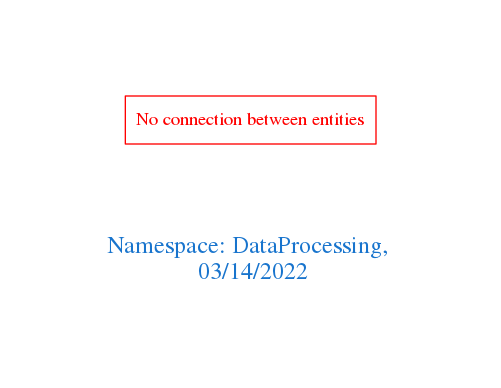
Above: downloads/DataProcessing.png in arago/OGIT (Graphviz), before the change. Its source is kept beside it as downloads/DataProcessing.dot.
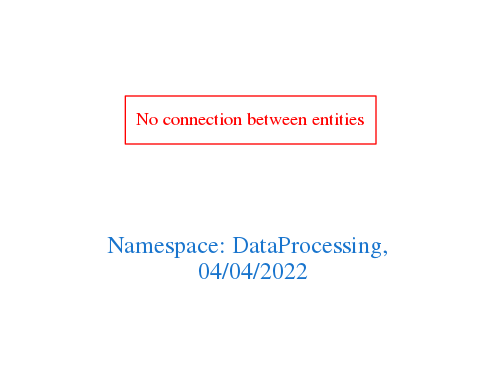
Above is the later version.

Change to the diagram source:
```diff
@@ -1,7 +1,7 @@
 digraph OGIT_ontology {
  graph [ rankdir= LR,pad=1
 fontsize = 18,
-fontcolor= dodgerblue3,label = "\n\n\nNamespace: DataProcessing, \n 03/14/2022"];
+fontcolor= dodgerblue3,label = "\n\n\nNamespace: DataProcessing, \n 04/04/2022"];
 node[shape=polygon];
 edge [  color="gray81"];
 
```
